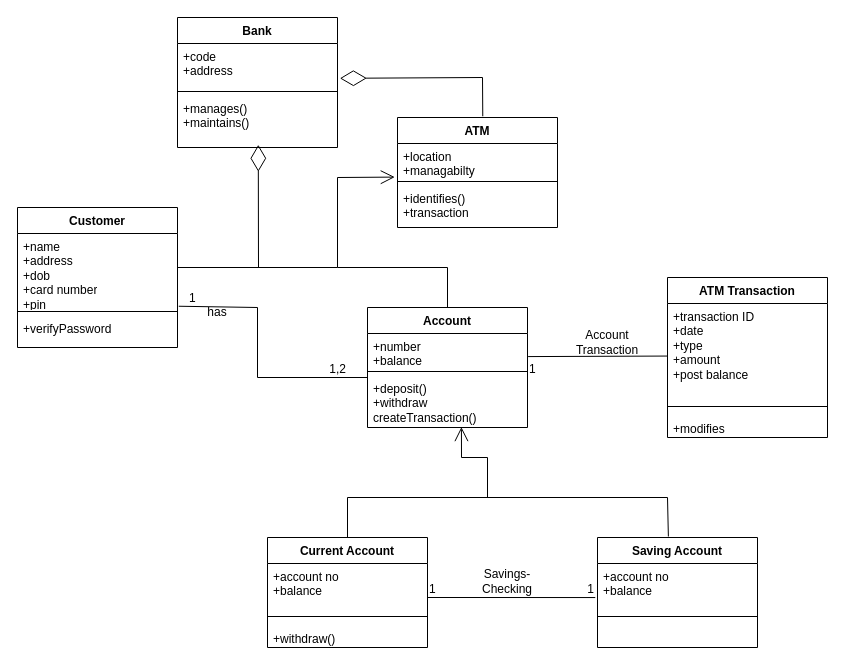
The draw.io diagram Untitled Diagram.drawio in DivyumKinger/12Cards, before the edit. Source tidied: cells renumbered, new cells numbered last; positions are measured from the earlier drawing's top-left corner, leaving out a move shared by most shapes. Both pictures are drawn from the tidied source at 100%, with x=0, y=0 at pixel (17, 17).
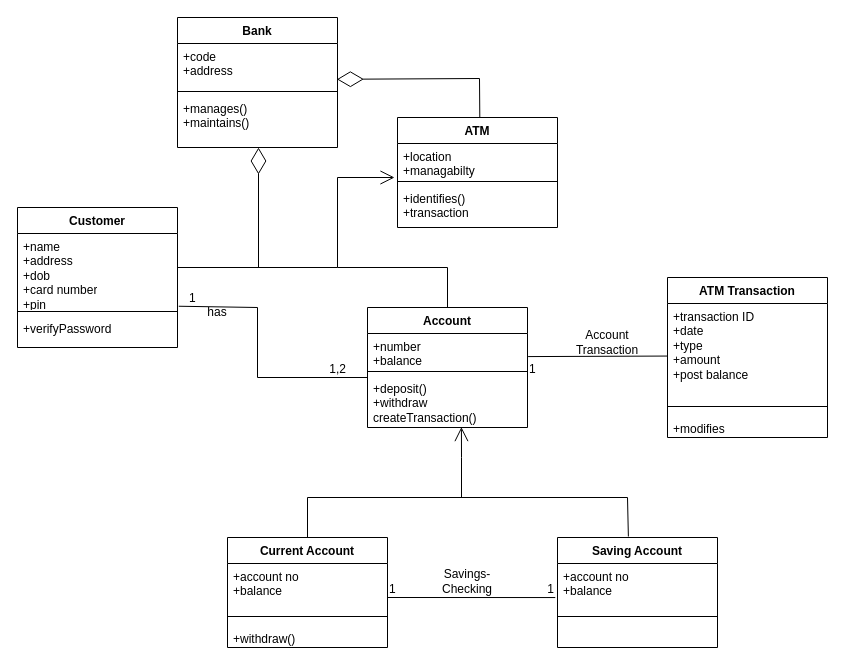
Above is the later version.

The change refers to these unchanged cells:
```xml
<mxCell id="3" value="+code&lt;div&gt;+address&lt;/div&gt;" style="text;strokeColor=none;fillColor=none;align=left;verticalAlign=top;spacingLeft=4;spacingRight=4;overflow=hidden;points=[[0,0.5],[1,0.5]];portConstraint=eastwest;whiteSpace=wrap;html=1;" parent="2" vertex="1">
  <mxGeometry y="26" width="160" height="44" as="geometry" />
</mxCell>
<mxCell id="5" value="+manages()&lt;div&gt;+maintains()&lt;/div&gt;" style="text;strokeColor=none;fillColor=none;align=left;verticalAlign=top;spacingLeft=4;spacingRight=4;overflow=hidden;points=[[0,0.5],[1,0.5]];portConstraint=eastwest;whiteSpace=wrap;html=1;" parent="2" vertex="1">
  <mxGeometry y="78" width="160" height="52" as="geometry" />
</mxCell>
<mxCell id="10" value="ATM" style="swimlane;fontStyle=1;align=center;verticalAlign=top;horizontal=1;startSize=26;whiteSpace=wrap;html=1;" parent="1" vertex="1">
  <mxGeometry x="380" y="100" width="160" height="110" as="geometry" />
</mxCell>
<mxCell id="11" value="+location&lt;div&gt;+managabilty&lt;/div&gt;" style="text;strokeColor=none;fillColor=none;align=left;verticalAlign=top;spacingLeft=4;spacingRight=4;overflow=hidden;points=[[0,0.5],[1,0.5]];portConstraint=eastwest;whiteSpace=wrap;html=1;" parent="10" vertex="1">
  <mxGeometry y="26" width="160" height="34" as="geometry" />
</mxCell>
<mxCell id="20" value="+deposit()&lt;div&gt;+withdraw&lt;/div&gt;&lt;div&gt;createTransaction()&lt;/div&gt;" style="text;strokeColor=none;fillColor=none;align=left;verticalAlign=top;spacingLeft=4;spacingRight=4;overflow=hidden;points=[[0,0.5],[1,0.5]];portConstraint=eastwest;whiteSpace=wrap;html=1;" parent="17" vertex="1">
  <mxGeometry y="68" width="160" height="52" as="geometry" />
</mxCell>
<mxCell id="33" value="+account no&lt;br&gt;+balance" style="text;strokeColor=none;fillColor=none;align=left;verticalAlign=top;spacingLeft=4;spacingRight=4;overflow=hidden;points=[[0,0.5],[1,0.5]];portConstraint=eastwest;whiteSpace=wrap;html=1;" parent="32" vertex="1">
  <mxGeometry y="26" width="160" height="44" as="geometry" />
</mxCell>
```

What changed in the source:
```diff
@@
-    <mxCell id="14" style="endArrow=diamondThin;endFill=0;endSize=24;html=1;rounded=0;exitX=0.533;exitY=-0.011;exitDx=0;exitDy=0;exitPerimeter=0;entryX=1.015;entryY=0.791;entryDx=0;entryDy=0;entryPerimeter=0;" parent="1" edge="1" source="10" target="3">
+    <mxCell id="14" style="endArrow=diamondThin;endFill=0;endSize=24;html=1;rounded=0;exitX=0.533;exitY=-0.011;exitDx=0;exitDy=0;exitPerimeter=0;entryX=1.015;entryY=0.791;entryDx=0;entryDy=0;entryPerimeter=0;" parent="1" edge="1">
       <mxGeometry relative="1" as="geometry">
+        <mxPoint x="462.3" y="99.8" as="sourcePoint" />
+        <mxPoint x="319.4" y="61.8" as="targetPoint" />
         <Array as="points">
-          <mxPoint x="465" y="60" />
+          <mxPoint x="462" y="61" />
         </Array>
       </mxGeometry>
     </mxCell>
-    <mxCell id="15" style="endArrow=diamondThin;endFill=0;endSize=24;html=1;rounded=0;entryX=0.505;entryY=0.948;entryDx=0;entryDy=0;entryPerimeter=0;" parent="1" edge="1" target="5">
+    <mxCell id="15" style="endArrow=diamondThin;endFill=0;endSize=24;html=1;rounded=0;" parent="1" edge="1">
       <mxGeometry relative="1" as="geometry">
         <mxPoint x="241" y="250" as="sourcePoint" />
+        <mxPoint x="241" y="130" as="targetPoint" />
       </mxGeometry>
     </mxCell>
-    <mxCell id="16" style="endArrow=open;endFill=1;endSize=12;html=1;rounded=0;entryX=-0.017;entryY=0.988;entryDx=0;entryDy=0;entryPerimeter=0;" parent="1" edge="1" target="11">
+    <mxCell id="16" style="endArrow=open;endFill=1;endSize=12;html=1;rounded=0;" parent="1" edge="1">
       <mxGeometry relative="1" as="geometry">
         <mxPoint x="160" y="250" as="sourcePoint" />
+        <mxPoint x="377" y="160" as="targetPoint" />
         <Array as="points">
           <mxPoint x="320" y="250" />
           <mxPoint x="320" y="160" />
         </Array>
       </mxGeometry>
     </mxCell>
@@
     <mxCell id="28" value="Current Account" style="swimlane;fontStyle=1;align=center;verticalAlign=top;horizontal=1;startSize=26;whiteSpace=wrap;html=1;" parent="1" vertex="1">
-      <mxGeometry x="250" y="520" width="160" height="110" as="geometry" />
+      <mxGeometry x="210" y="520" width="160" height="110" as="geometry" />
     </mxCell>
@@
     <mxCell id="32" value="Saving Account" style="swimlane;fontStyle=1;align=center;verticalAlign=top;horizontal=1;startSize=26;whiteSpace=wrap;html=1;" parent="1" vertex="1">
-      <mxGeometry x="580" y="520" width="160" height="110" as="geometry" />
+      <mxGeometry x="540" y="520" width="160" height="110" as="geometry" />
     </mxCell>
@@
     <mxCell id="36" style="endArrow=none;html=1;rounded=0;entryX=-0.014;entryY=0.774;entryDx=0;entryDy=0;entryPerimeter=0;" parent="1" edge="1" target="33">
       <mxGeometry relative="1" as="geometry">
-        <mxPoint x="410" y="580" as="sourcePoint" />
+        <mxPoint x="370" y="580" as="sourcePoint" />
       </mxGeometry>
     </mxCell>
@@
     <mxCell id="39" value="Savings-Checking" style="text;html=1;align=center;verticalAlign=middle;whiteSpace=wrap;rounded=0;" parent="1" vertex="1">
-      <mxGeometry x="460" y="549" width="60" height="30" as="geometry" />
+      <mxGeometry x="420" y="549" width="60" height="30" as="geometry" />
     </mxCell>
     <mxCell id="40" style="endArrow=none;html=1;rounded=0;exitX=0.5;exitY=0;exitDx=0;exitDy=0;entryX=0.443;entryY=-0.009;entryDx=0;entryDy=0;entryPerimeter=0;" parent="1" edge="1" source="28" target="32">
       <mxGeometry relative="1" as="geometry">
         <Array as="points">
-          <mxPoint x="330" y="480" />
-          <mxPoint x="650" y="480" />
+          <mxPoint x="290" y="480" />
+          <mxPoint x="610" y="480" />
         </Array>
       </mxGeometry>
     </mxCell>
     <mxCell id="41" style="endArrow=open;endFill=1;endSize=12;html=1;rounded=0;entryX=0.587;entryY=0.992;entryDx=0;entryDy=0;entryPerimeter=0;" parent="1" edge="1" target="20">
       <mxGeometry relative="1" as="geometry">
         <mxPoint x="470" y="480" as="sourcePoint" />
         <Array as="points">
-          <mxPoint x="470" y="440" />
+          <mxPoint x="444" y="480" />
           <mxPoint x="444" y="440" />
         </Array>
       </mxGeometry>
     </mxCell>
```
